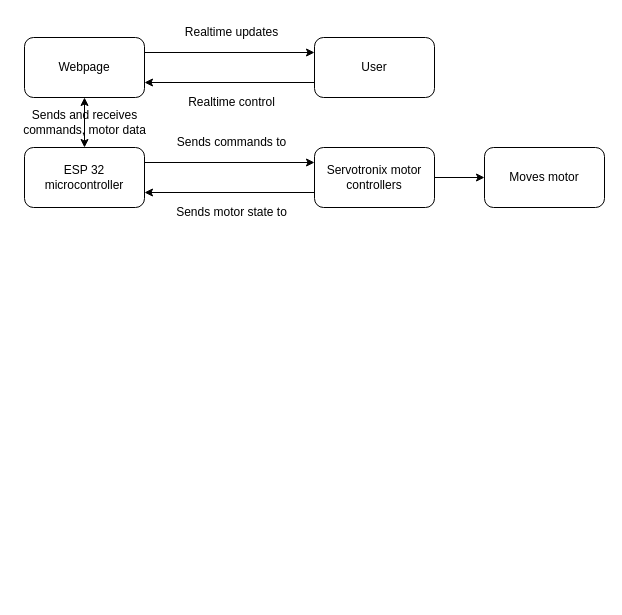
Above: Project flow diagram.drawio in geraldekhs/Demo-room-planning (draw.io), before the change. Source tidied: cells renumbered, new cells numbered last; positions are measured from the earlier drawing's top-left corner, leaving out a move shared by most shapes. Both pictures are drawn from the tidied source at 100%, with x=0, y=0 at pixel (16, 17).
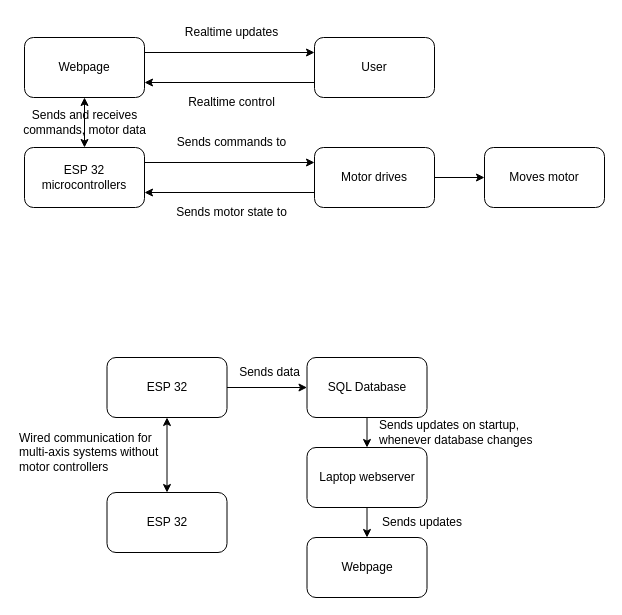
After the change.

Commit message:
Updated Wireless Comm Project flow diagram.drawio

The edit, as a diff of the source:
```diff
@@
-    <mxCell id="2" value="ESP 32 microcontroller" style="rounded=1;whiteSpace=wrap;html=1;" parent="1" vertex="1">
+    <mxCell id="2" value="ESP 32 microcontrollers" style="rounded=1;whiteSpace=wrap;html=1;" parent="1" vertex="1">
       <mxGeometry x="8" y="130" width="120" height="60" as="geometry" />
     </mxCell>
-    <mxCell id="3" value="Servotronix motor controllers" style="rounded=1;whiteSpace=wrap;html=1;" parent="1" vertex="1">
+    <mxCell id="3" value="Motor drives" style="rounded=1;whiteSpace=wrap;html=1;" parent="1" vertex="1">
       <mxGeometry x="298" y="130" width="120" height="60" as="geometry" />
     </mxCell>
@@
+    <mxCell id="18" style="edgeStyle=orthogonalEdgeStyle;rounded=0;jettySize=auto;html=1;exitX=1;exitY=0.5;exitDx=0;exitDy=0;entryX=0;entryY=0.5;entryDx=0;entryDy=0;" parent="1" edge="1" source="19" target="24">
+      <mxGeometry relative="1" as="geometry" />
+    </mxCell>
+    <mxCell id="19" value="ESP 32" style="rounded=1;whiteSpace=wrap;html=1;" parent="1" vertex="1">
+      <mxGeometry x="90.5" y="340" width="120" height="60" as="geometry" />
+    </mxCell>
+    <mxCell id="20" style="edgeStyle=orthogonalEdgeStyle;rounded=0;jettySize=auto;html=1;exitX=0.5;exitY=1;exitDx=0;exitDy=0;entryX=0.5;entryY=0;entryDx=0;entryDy=0;" parent="1" edge="1" source="21" target="22">
+      <mxGeometry relative="1" as="geometry" />
+    </mxCell>
+    <mxCell id="21" value="Laptop webserver" style="rounded=1;whiteSpace=wrap;html=1;" parent="1" vertex="1">
+      <mxGeometry x="290.5" y="430" width="120" height="60" as="geometry" />
+    </mxCell>
+    <mxCell id="22" value="Webpage" style="rounded=1;whiteSpace=wrap;html=1;" parent="1" vertex="1">
+      <mxGeometry x="290.5" y="520" width="120" height="60" as="geometry" />
+    </mxCell>
+    <mxCell id="23" style="edgeStyle=orthogonalEdgeStyle;rounded=0;jettySize=auto;html=1;exitX=0.5;exitY=1;exitDx=0;exitDy=0;entryX=0.5;entryY=0;entryDx=0;entryDy=0;" parent="1" edge="1" source="24" target="21">
+      <mxGeometry relative="1" as="geometry" />
+    </mxCell>
+    <mxCell id="24" value="SQL Database" style="rounded=1;whiteSpace=wrap;html=1;" parent="1" vertex="1">
+      <mxGeometry x="290.5" y="340" width="120" height="60" as="geometry" />
+    </mxCell>
+    <mxCell id="25" value="Sends data" style="text;html=1;strokeColor=none;fillColor=none;align=center;verticalAlign=middle;whiteSpace=wrap;rounded=0;" parent="1" vertex="1">
+      <mxGeometry x="190.5" y="340" width="125" height="30" as="geometry" />
+    </mxCell>
+    <mxCell id="26" value="Sends updates on startup,&lt;br&gt;whenever database changes" style="text;html=1;strokeColor=none;fillColor=none;align=left;verticalAlign=middle;whiteSpace=wrap;rounded=0;" parent="1" vertex="1">
+      <mxGeometry x="360.5" y="400" width="180" height="30" as="geometry" />
+    </mxCell>
+    <mxCell id="27" value="Sends updates" style="text;html=1;strokeColor=none;fillColor=none;align=center;verticalAlign=middle;whiteSpace=wrap;rounded=0;" parent="1" vertex="1">
+      <mxGeometry x="315.5" y="490" width="180" height="30" as="geometry" />
+    </mxCell>
+    <mxCell id="28" value="ESP 32" style="rounded=1;whiteSpace=wrap;html=1;" parent="1" vertex="1">
+      <mxGeometry x="90.5" y="475" width="120" height="60" as="geometry" />
+    </mxCell>
+    <mxCell id="29" style="endArrow=classic;startArrow=classic;html=1;rounded=0;exitX=0.5;exitY=0;exitDx=0;exitDy=0;entryX=0.5;entryY=1;entryDx=0;entryDy=0;" parent="1" edge="1" source="28" target="19">
+      <mxGeometry relative="1" as="geometry" />
+    </mxCell>
+    <mxCell id="30" value="Wired communication for multi-axis systems without motor controllers" style="text;html=1;strokeColor=none;fillColor=none;align=left;verticalAlign=middle;whiteSpace=wrap;rounded=0;" parent="1" vertex="1">
+      <mxGeometry x="0.5" y="420" width="160" height="30" as="geometry" />
+    </mxCell>
```
